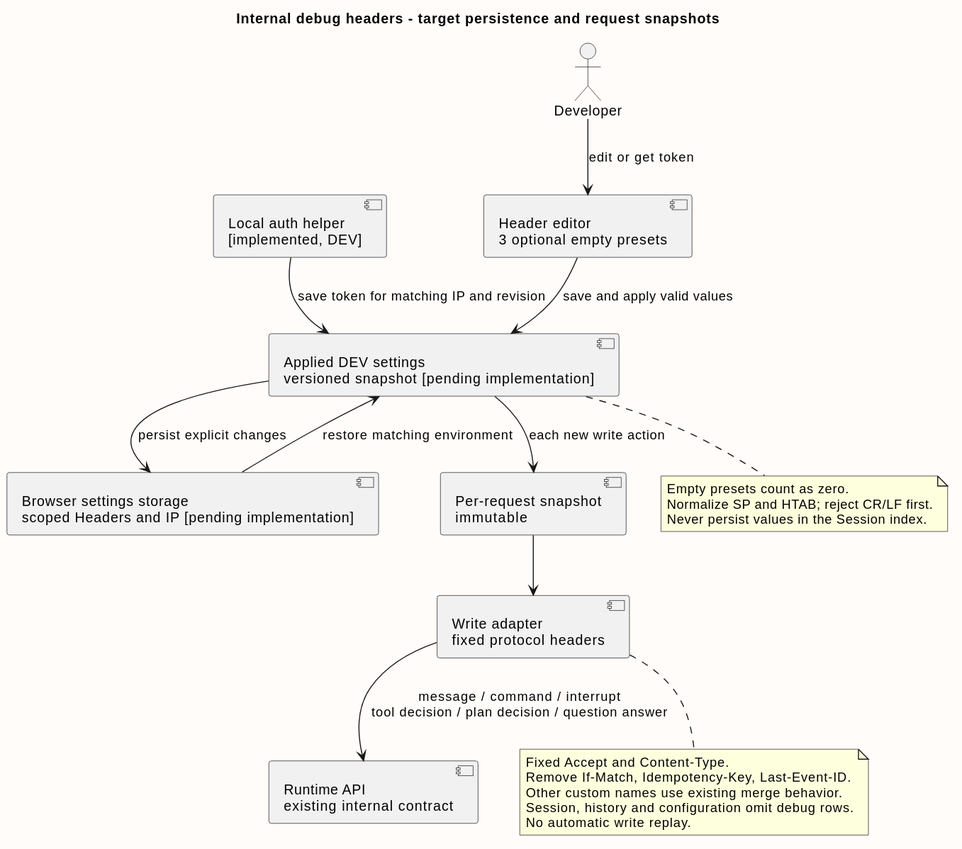
Earlier version of the PlantUML export 07-前端设计/技术设计/frontend_debug_header_flow.svg (ssm0808/pi-mono-java-design). Source of this version:
```plantuml
@startuml
title Internal debug headers - target persistence and request snapshots
top to bottom direction
skinparam backgroundColor #FFFCFA
skinparam shadowing false
component "Header editor\n3 optional empty presets" as Editor
component "Applied DEV settings\nversioned snapshot [pending implementation]" as Store
component "Browser settings storage\nscoped Headers and IP [pending implementation]" as ConfigStorage
component "Per-request snapshot\nimmutable" as Snapshot
component "Write adapter\nfixed protocol headers" as Adapter
component "Runtime API\nexisting internal contract" as Runtime
component "Local auth helper\n[implemented, DEV]" as Auth
actor Developer
Developer --> Editor : edit or get token
Auth --> Store : save token for matching IP and revision
Editor --> Store : save and apply valid values
Store --> ConfigStorage : persist explicit changes
ConfigStorage --> Store : restore matching environment
Store --> Snapshot : each new write action
Snapshot --> Adapter
Adapter --> Runtime : message / command / interrupt\ntool decision / plan decision / question answer
note bottom of Store
  Empty presets count as zero.
  Normalize SP and HTAB; reject CR/LF first.
  Never persist values in the Session index.
end note
note bottom of Adapter
  Fixed Accept and Content-Type.
  Remove If-Match, Idempotency-Key, Last-Event-ID.
  Other custom names use existing merge behavior.
  Session, history and configuration omit debug rows.
  No automatic write replay.
end note
@enduml
```
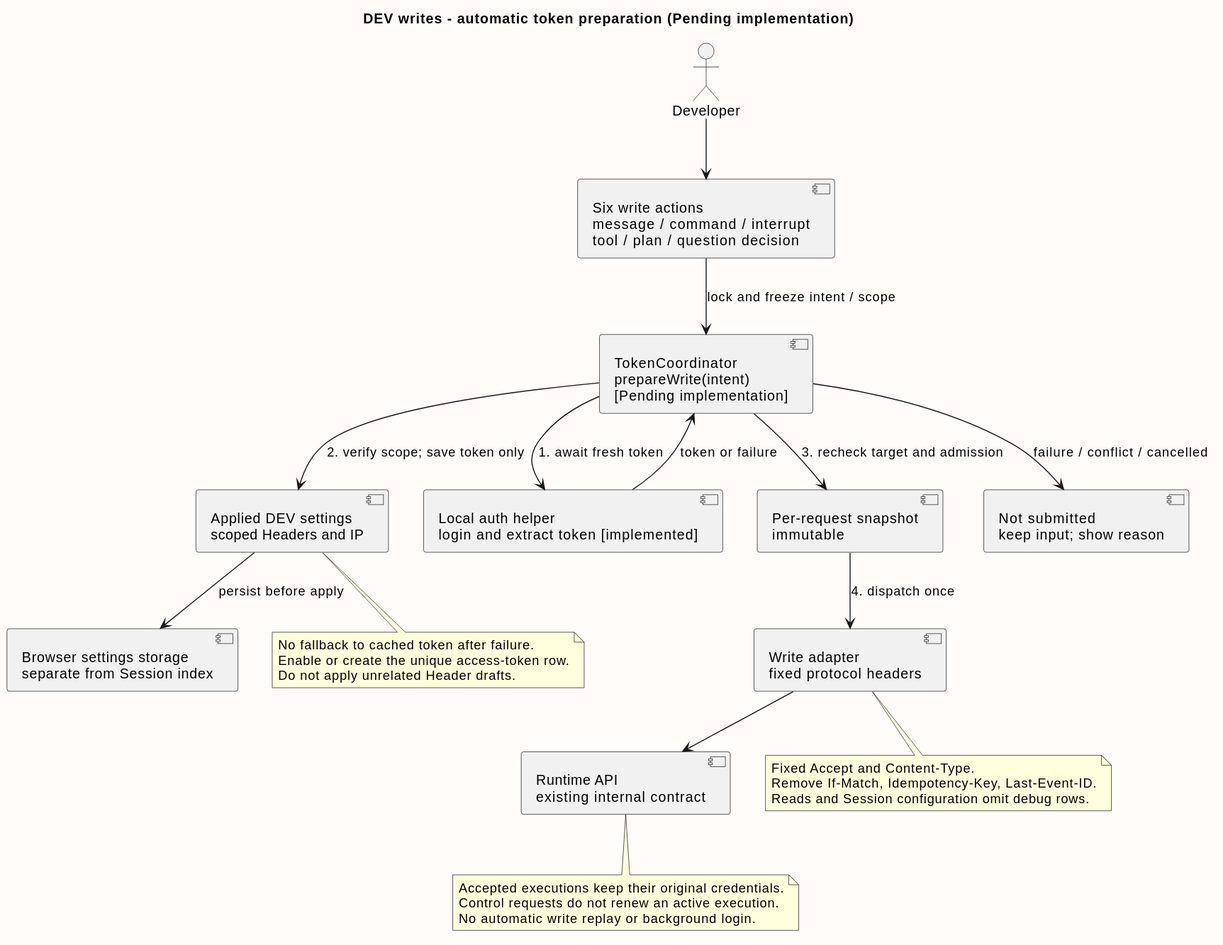
The same file after the commit.

Diff of the diagram source:
```diff
@@ -1,34 +1,41 @@
 @startuml
-title Internal debug headers - target persistence and request snapshots
+title DEV writes - automatic token preparation (Pending implementation)
 top to bottom direction
 skinparam backgroundColor #FFFCFA
 skinparam shadowing false
-component "Header editor\n3 optional empty presets" as Editor
-component "Applied DEV settings\nversioned snapshot [pending implementation]" as Store
-component "Browser settings storage\nscoped Headers and IP [pending implementation]" as ConfigStorage
+actor Developer
+component "Six write actions\nmessage / command / interrupt\ntool / plan / question decision" as Action
+component "TokenCoordinator\nprepareWrite(intent)\n[Pending implementation]" as Prepare
+component "Applied DEV settings\nscoped Headers and IP" as Store
+component "Browser settings storage\nseparate from Session index" as Storage
+component "Local auth helper\nlogin and extract token [implemented]" as Auth
 component "Per-request snapshot\nimmutable" as Snapshot
 component "Write adapter\nfixed protocol headers" as Adapter
 component "Runtime API\nexisting internal contract" as Runtime
-component "Local auth helper\n[implemented, DEV]" as Auth
-actor Developer
-Developer --> Editor : edit or get token
-Auth --> Store : save token for matching IP and revision
-Editor --> Store : save and apply valid values
-Store --> ConfigStorage : persist explicit changes
-ConfigStorage --> Store : restore matching environment
-Store --> Snapshot : each new write action
-Snapshot --> Adapter
-Adapter --> Runtime : message / command / interrupt\ntool decision / plan decision / question answer
+component "Not submitted\nkeep input; show reason" as Failure
+Developer --> Action
+Action --> Prepare : lock and freeze intent / scope
+Prepare --> Auth : 1. await fresh token
+Auth --> Prepare : token or failure
+Prepare --> Store : 2. verify scope; save token only
+Store --> Storage : persist before apply
+Prepare --> Snapshot : 3. recheck target and admission
+Prepare --> Failure : failure / conflict / cancelled
+Snapshot --> Adapter : 4. dispatch once
+Adapter --> Runtime
 note bottom of Store
-  Empty presets count as zero.
-  Normalize SP and HTAB; reject CR/LF first.
-  Never persist values in the Session index.
+  No fallback to cached token after failure.
+  Enable or create the unique access-token row.
+  Do not apply unrelated Header drafts.
+end note
+note bottom of Runtime
+  Accepted executions keep their original credentials.
+  Control requests do not renew an active execution.
+  No automatic write replay or background login.
 end note
 note bottom of Adapter
   Fixed Accept and Content-Type.
   Remove If-Match, Idempotency-Key, Last-Event-ID.
-  Other custom names use existing merge behavior.
-  Session, history and configuration omit debug rows.
-  No automatic write replay.
+  Reads and Session configuration omit debug rows.
 end note
 @enduml
```
